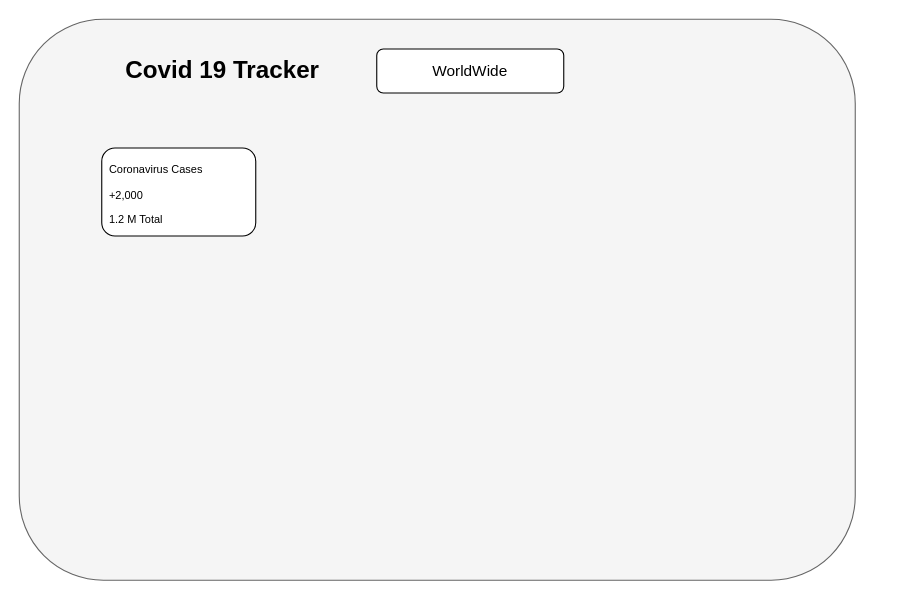
Before: src/covid_tracker.drawio in Strong10mede/Covid-Tracker, a draw.io diagram. Source tidied: cells renumbered, new cells numbered last; positions are measured from the earlier drawing's top-left corner, leaving out a move shared by most shapes. Both pictures are drawn from the tidied source at 110%, with x=0, y=0 at pixel (19, 19). Pictures stored in the file or linked from it are replaced by grey dashed boxes.
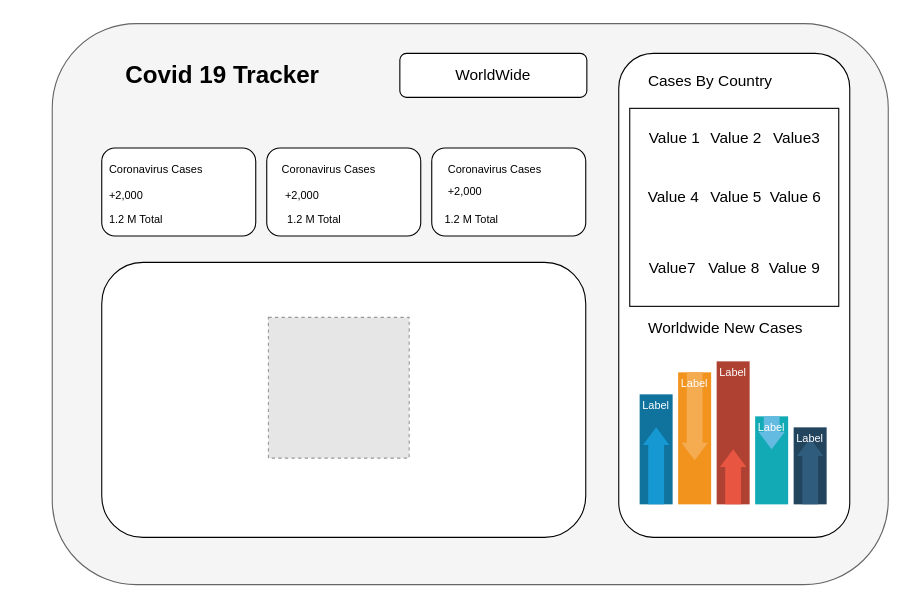
Above is the later version.

The edit, as a diff of the source:
```diff
@@
     <mxCell id="2" style="rounded=1;whiteSpace=wrap;html=1;fillColor=#f5f5f5;fontColor=#333333;strokeColor=#666666;" parent="1" vertex="1">
-      <mxGeometry width="760" height="510" as="geometry" />
+      <mxGeometry x="30" y="4" width="760" height="510" as="geometry" />
     </mxCell>
     <mxCell id="3" value="&lt;b&gt;&lt;font style=&quot;font-size: 22px;&quot;&gt;Covid 19 Tracker&lt;/font&gt;&lt;/b&gt;" style="text;html=1;strokeColor=none;fillColor=none;align=center;verticalAlign=middle;whiteSpace=wrap;rounded=0;" parent="1" vertex="1">
-      <mxGeometry x="45" y="27" width="280" height="40" as="geometry" />
+      <mxGeometry x="75" y="31" width="220" height="40" as="geometry" />
     </mxCell>
     <mxCell id="4" value="WorldWide" style="rounded=1;whiteSpace=wrap;html=1;fontSize=14;" parent="1" vertex="1">
-      <mxGeometry x="325" y="27" width="170" height="40" as="geometry" />
+      <mxGeometry x="346" y="31" width="170" height="40" as="geometry" />
     </mxCell>
@@
+    <mxCell id="10" style="rounded=1;whiteSpace=wrap;html=1;fontSize=22;" parent="1" vertex="1">
+      <mxGeometry x="375" y="117" width="140" height="80" as="geometry" />
+    </mxCell>
+    <mxCell id="11" value="&lt;span style=&quot;font-size: 10px;&quot;&gt;+2,000&lt;/span&gt;" style="text;html=1;strokeColor=none;fillColor=none;align=left;verticalAlign=middle;whiteSpace=wrap;rounded=0;fontSize=22;" parent="1" vertex="1">
+      <mxGeometry x="387.5" y="143" width="115" height="20" as="geometry" />
+    </mxCell>
+    <mxCell id="12" value="&lt;font style=&quot;font-size: 10px;&quot;&gt;Coronavirus Cases&lt;/font&gt;" style="text;html=1;strokeColor=none;fillColor=none;align=left;verticalAlign=middle;whiteSpace=wrap;rounded=0;fontSize=22;" parent="1" vertex="1">
+      <mxGeometry x="387.5" y="123" width="115" height="20" as="geometry" />
+    </mxCell>
+    <mxCell id="13" value="&lt;span style=&quot;font-size: 10px;&quot;&gt;1.2 M Total&lt;/span&gt;" style="text;html=1;strokeColor=none;fillColor=none;align=left;verticalAlign=middle;whiteSpace=wrap;rounded=0;fontSize=22;" parent="1" vertex="1">
+      <mxGeometry x="385" y="169" width="115" height="20" as="geometry" />
+    </mxCell>
+    <mxCell id="14" style="rounded=1;whiteSpace=wrap;html=1;fontSize=22;" parent="1" vertex="1">
+      <mxGeometry x="225" y="117" width="140" height="80" as="geometry" />
+    </mxCell>
+    <mxCell id="15" value="&lt;font style=&quot;font-size: 10px;&quot;&gt;Coronavirus Cases&lt;/font&gt;" style="text;html=1;strokeColor=none;fillColor=none;align=left;verticalAlign=middle;whiteSpace=wrap;rounded=0;fontSize=22;" parent="1" vertex="1">
+      <mxGeometry x="236.5" y="123" width="115" height="20" as="geometry" />
+    </mxCell>
+    <mxCell id="16" value="&lt;span style=&quot;font-size: 10px;&quot;&gt;+2,000&lt;/span&gt;" style="text;html=1;strokeColor=none;fillColor=none;align=left;verticalAlign=middle;whiteSpace=wrap;rounded=0;fontSize=22;" parent="1" vertex="1">
+      <mxGeometry x="239.5" y="147" width="115" height="20" as="geometry" />
+    </mxCell>
+    <mxCell id="17" value="&lt;span style=&quot;font-size: 10px;&quot;&gt;1.2 M Total&lt;/span&gt;" style="text;html=1;strokeColor=none;fillColor=none;align=left;verticalAlign=middle;whiteSpace=wrap;rounded=0;fontSize=22;" parent="1" vertex="1">
+      <mxGeometry x="241.5" y="169" width="115" height="20" as="geometry" />
+    </mxCell>
+    <mxCell id="18" style="rounded=1;whiteSpace=wrap;html=1;fontSize=10;" parent="1" vertex="1">
+      <mxGeometry x="75" y="221" width="440" height="250" as="geometry" />
+    </mxCell>
+    <mxCell id="19" style="fillColor=#E6E6E6;strokeColor=#999999;dashed=1;html=1;verticalAlign=top;verticalLabelPosition=bottom;labelBackgroundColor=#ffffff;fontSize=10;" parent="1" vertex="1">
+      <mxGeometry x="226.5" y="271" width="128" height="128" as="geometry" />
+    </mxCell>
+    <mxCell id="20" style="rounded=1;whiteSpace=wrap;html=1;fontSize=10;" parent="1" vertex="1">
+      <mxGeometry x="545" y="31" width="210" height="440" as="geometry" />
+    </mxCell>
+    <mxCell id="21" value="&lt;font style=&quot;font-size: 14px;&quot;&gt;Cases By Country&lt;/font&gt;" style="text;html=1;strokeColor=none;fillColor=none;align=left;verticalAlign=middle;whiteSpace=wrap;rounded=0;fontSize=10;" parent="1" vertex="1">
+      <mxGeometry x="570" y="41" width="160" height="30" as="geometry" />
+    </mxCell>
+    <mxCell id="22" value="Worldwide New Cases&amp;nbsp;" style="text;html=1;strokeColor=none;fillColor=none;align=left;verticalAlign=middle;whiteSpace=wrap;rounded=0;fontSize=14;" parent="1" vertex="1">
+      <mxGeometry x="570" y="266" width="165" height="30" as="geometry" />
+    </mxCell>
+    <mxCell id="23" style="fillColor=#10739E;strokeColor=none;fontSize=14;" parent="1" vertex="1">
+      <mxGeometry x="564" y="341" width="30" height="100" as="geometry" />
+    </mxCell>
+    <mxCell id="24" style="shape=mxgraph.arrows2.arrow;dy=0.4;dx=16;notch=0;direction=north;fillColor=#1699D3;strokeColor=none;fontSize=14;" parent="23" vertex="1">
+      <mxGeometry x="3" y="30" width="24" height="70" as="geometry" />
+    </mxCell>
+    <mxCell id="25" value="Label" style="text;html=1;align=center;verticalAlign=middle;whiteSpace=wrap;fontColor=#FFFFFF;fontSize=10;" parent="23" vertex="1">
+      <mxGeometry width="30" height="20" as="geometry" />
+    </mxCell>
+    <mxCell id="26" style="fillColor=#F2931E;strokeColor=none;fontSize=14;" parent="1" vertex="1">
+      <mxGeometry x="599" y="321" width="30" height="120" as="geometry" />
+    </mxCell>
+    <mxCell id="27" style="shape=mxgraph.arrows2.arrow;dy=0.4;dx=16;notch=0;direction=south;fillColor=#F5AB50;strokeColor=none;fontSize=14;" parent="26" vertex="1">
+      <mxGeometry x="3" width="24" height="80" as="geometry" />
+    </mxCell>
+    <mxCell id="28" value="Label" style="text;html=1;align=center;verticalAlign=middle;whiteSpace=wrap;fontColor=#FFFFFF;fontSize=10;" parent="26" vertex="1">
+      <mxGeometry width="30" height="20" as="geometry" />
+    </mxCell>
+    <mxCell id="29" style="fillColor=#AE4132;strokeColor=none;fontSize=14;" parent="1" vertex="1">
+      <mxGeometry x="634" y="311" width="30" height="130" as="geometry" />
+    </mxCell>
+    <mxCell id="30" style="shape=mxgraph.arrows2.arrow;dy=0.4;dx=16;notch=0;direction=north;fillColor=#E85642;strokeColor=none;fontSize=14;" parent="29" vertex="1">
+      <mxGeometry x="3" y="80" width="24" height="50" as="geometry" />
+    </mxCell>
+    <mxCell id="31" value="Label" style="text;html=1;align=center;verticalAlign=middle;whiteSpace=wrap;fontColor=#FFFFFF;fontSize=10;" parent="29" vertex="1">
+      <mxGeometry width="30" height="20" as="geometry" />
+    </mxCell>
+    <mxCell id="32" style="fillColor=#12AAB5;strokeColor=none;fontSize=14;" parent="1" vertex="1">
+      <mxGeometry x="669" y="361" width="30" height="80" as="geometry" />
+    </mxCell>
+    <mxCell id="33" style="shape=mxgraph.arrows2.arrow;dy=0.4;dx=16;notch=0;direction=south;fillColor=#64BBE2;strokeColor=none;fontSize=14;" parent="32" vertex="1">
+      <mxGeometry x="3" width="24" height="30" as="geometry" />
+    </mxCell>
+    <mxCell id="34" value="Label" style="text;html=1;align=center;verticalAlign=middle;whiteSpace=wrap;fontColor=#FFFFFF;fontSize=10;" parent="32" vertex="1">
+      <mxGeometry width="30" height="20" as="geometry" />
+    </mxCell>
+    <mxCell id="35" style="fillColor=#23445D;strokeColor=none;fontSize=14;" parent="1" vertex="1">
+      <mxGeometry x="704" y="371" width="30" height="70" as="geometry" />
+    </mxCell>
+    <mxCell id="36" style="shape=mxgraph.arrows2.arrow;dy=0.4;dx=16;notch=0;direction=north;fillColor=#2F5B7C;strokeColor=none;fontSize=14;" parent="35" vertex="1">
+      <mxGeometry x="3" y="10" width="24" height="60" as="geometry" />
+    </mxCell>
+    <mxCell id="37" value="Label" style="text;html=1;align=center;verticalAlign=middle;whiteSpace=wrap;fontColor=#FFFFFF;fontSize=10;" parent="35" vertex="1">
+      <mxGeometry width="30" height="20" as="geometry" />
+    </mxCell>
+    <mxCell id="38" style="rounded=0;whiteSpace=wrap;html=1;fontSize=14;" parent="1" vertex="1">
+      <mxGeometry x="555" y="81" width="190" height="180" as="geometry" />
+    </mxCell>
+    <mxCell id="39" value="Value 1" style="text;html=1;strokeColor=none;fillColor=none;align=center;verticalAlign=middle;whiteSpace=wrap;rounded=0;fontSize=14;" parent="1" vertex="1">
+      <mxGeometry x="566" y="93" width="60" height="30" as="geometry" />
+    </mxCell>
+    <mxCell id="40" value="Value 4" style="text;html=1;strokeColor=none;fillColor=none;align=center;verticalAlign=middle;whiteSpace=wrap;rounded=0;fontSize=14;" parent="1" vertex="1">
+      <mxGeometry x="565" y="147" width="60" height="30" as="geometry" />
+    </mxCell>
+    <mxCell id="41" value="Value3" style="text;html=1;strokeColor=none;fillColor=none;align=center;verticalAlign=middle;whiteSpace=wrap;rounded=0;fontSize=14;" parent="1" vertex="1">
+      <mxGeometry x="677" y="93" width="60" height="30" as="geometry" />
+    </mxCell>
+    <mxCell id="42" value="Value 5" style="text;html=1;strokeColor=none;fillColor=none;align=center;verticalAlign=middle;whiteSpace=wrap;rounded=0;fontSize=14;" parent="1" vertex="1">
+      <mxGeometry x="622" y="147" width="60" height="30" as="geometry" />
+    </mxCell>
+    <mxCell id="43" value="Value 6" style="text;html=1;strokeColor=none;fillColor=none;align=center;verticalAlign=middle;whiteSpace=wrap;rounded=0;fontSize=14;" parent="1" vertex="1">
+      <mxGeometry x="676" y="147" width="60" height="30" as="geometry" />
+    </mxCell>
+    <mxCell id="44" value="Value 8" style="text;html=1;strokeColor=none;fillColor=none;align=center;verticalAlign=middle;whiteSpace=wrap;rounded=0;fontSize=14;" parent="1" vertex="1">
+      <mxGeometry x="620" y="211" width="60" height="30" as="geometry" />
+    </mxCell>
+    <mxCell id="45" value="Value7" style="text;html=1;strokeColor=none;fillColor=none;align=center;verticalAlign=middle;whiteSpace=wrap;rounded=0;fontSize=14;" parent="1" vertex="1">
+      <mxGeometry x="564" y="211" width="60" height="30" as="geometry" />
+    </mxCell>
+    <mxCell id="46" value="Value 9" style="text;html=1;strokeColor=none;fillColor=none;align=center;verticalAlign=middle;whiteSpace=wrap;rounded=0;fontSize=14;" parent="1" vertex="1">
+      <mxGeometry x="675" y="211" width="60" height="30" as="geometry" />
+    </mxCell>
+    <mxCell id="47" value="Value 2" style="text;html=1;strokeColor=none;fillColor=none;align=center;verticalAlign=middle;whiteSpace=wrap;rounded=0;fontSize=14;" parent="1" vertex="1">
+      <mxGeometry x="622" y="93" width="60" height="30" as="geometry" />
+    </mxCell>
```
